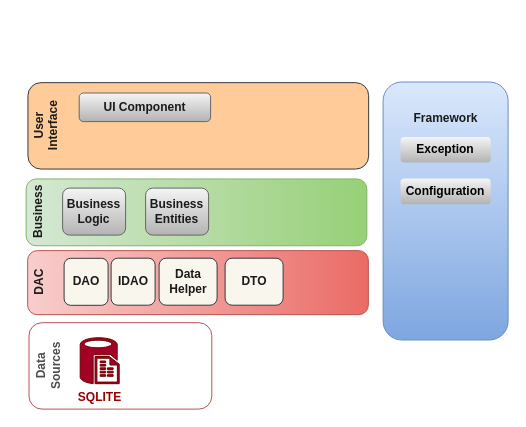
The draw.io diagram design/DArqui.dio in AlejandroTTD/Chapter-Connect-Library, before the edit. Source tidied: cells renumbered, new cells numbered last; positions are measured from the earlier drawing's top-left corner, leaving out a move shared by most shapes. Both pictures are drawn from the tidied source at 100%, with x=0, y=0 at pixel (62, -45).
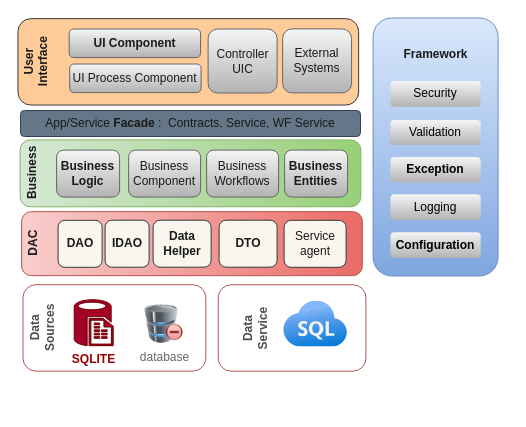
The same diagram, later.

Commit message:
creacion dos carpetas

The edit, as a diff of the source:
```diff
@@
-    <mxCell id="2" value="&lt;font color=&quot;#1a1a1a&quot;&gt;&lt;b&gt;DAC&lt;br&gt;&lt;br&gt;&lt;br&gt;&lt;br&gt;&lt;br&gt;&lt;br&gt;&lt;br&gt;&lt;br&gt;&lt;br&gt;&lt;br&gt;&lt;br&gt;&lt;br&gt;&lt;br&gt;&lt;br&gt;&lt;br&gt;&lt;br&gt;&lt;br&gt;&lt;br&gt;&lt;br&gt;&lt;br&gt;&lt;br&gt;&lt;br&gt;&lt;/b&gt;&lt;br&gt;&lt;/font&gt;" style="rounded=1;whiteSpace=wrap;html=1;fillColor=#f8cecc;strokeColor=#b85450;rotation=-90;gradientColor=#ea6b66;" parent="1" vertex="1">
-      <mxGeometry x="103.5" y="156.8" width="64" height="340.7" as="geometry" />
-    </mxCell>
+    <mxCell id="16" value="&lt;font color=&quot;#1a1a1a&quot;&gt;&lt;b&gt;DAC&lt;br&gt;&lt;br&gt;&lt;br&gt;&lt;br&gt;&lt;br&gt;&lt;br&gt;&lt;br&gt;&lt;br&gt;&lt;br&gt;&lt;br&gt;&lt;br&gt;&lt;br&gt;&lt;br&gt;&lt;br&gt;&lt;br&gt;&lt;br&gt;&lt;br&gt;&lt;br&gt;&lt;br&gt;&lt;br&gt;&lt;br&gt;&lt;br&gt;&lt;/b&gt;&lt;br&gt;&lt;/font&gt;" style="rounded=1;whiteSpace=wrap;html=1;fillColor=#f8cecc;strokeColor=#b85450;rotation=-90;gradientColor=#ea6b66;" parent="1" vertex="1">
+      <mxGeometry x="97.5" y="117.8" width="64" height="340.7" as="geometry" />
+    </mxCell>
     <mxCell id="3" value="&lt;font color=&quot;#1a1a1a&quot;&gt;&lt;b&gt;DAO&lt;/b&gt;&lt;br&gt;&lt;/font&gt;" style="rounded=1;whiteSpace=wrap;html=1;fillColor=#f9f7ed;strokeColor=#36393d;" parent="1" vertex="1">
-      <mxGeometry x="1.6" y="302.8" width="44" height="47" as="geometry" />
+      <mxGeometry x="-4.4" y="264.8" width="44" height="47" as="geometry" />
     </mxCell>
     <mxCell id="4" value="&lt;font color=&quot;#1a1a1a&quot;&gt;&lt;b&gt;Data Helper&lt;/b&gt;&lt;br&gt;&lt;/font&gt;" style="rounded=1;whiteSpace=wrap;html=1;fillColor=#f9f7ed;strokeColor=#36393d;" parent="1" vertex="1">
-      <mxGeometry x="96.6" y="302.7" width="58" height="47" as="geometry" />
+      <mxGeometry x="90.6" y="264.7" width="58" height="47" as="geometry" />
     </mxCell>
+    <mxCell id="17" value="&lt;font color=&quot;#1a1a1a&quot;&gt;Service agent&lt;br&gt;&lt;/font&gt;" style="rounded=1;whiteSpace=wrap;html=1;fillColor=#f9f7ed;strokeColor=#36393d;" parent="1" vertex="1">
+      <mxGeometry x="221.6" y="264.8" width="62" height="47" as="geometry" />
+    </mxCell>
     <mxCell id="5" value="&lt;font color=&quot;#1a1a1a&quot;&gt;&lt;b&gt;Framework&lt;/b&gt;&lt;br&gt;&lt;br&gt;&lt;br&gt;&lt;br&gt;&lt;br&gt;&lt;br&gt;&lt;br&gt;&lt;br&gt;&lt;br&gt;&lt;br&gt;&lt;br&gt;&lt;br&gt;&lt;br&gt;&lt;br&gt;&lt;/font&gt;" style="rounded=1;whiteSpace=wrap;html=1;fillColor=#dae8fc;strokeColor=#6c8ebf;gradientColor=#7ea6e0;" parent="1" vertex="1">
-      <mxGeometry x="320.6" y="126.5" width="125" height="258" as="geometry" />
+      <mxGeometry x="310.6" y="62.5" width="125" height="258" as="geometry" />
     </mxCell>
+    <mxCell id="18" value="&lt;span style=&quot;&quot;&gt;&lt;font color=&quot;#000000&quot;&gt;Validation&lt;/font&gt;&lt;/span&gt;" style="rounded=1;whiteSpace=wrap;html=1;fillColor=#f5f5f5;strokeColor=none;gradientColor=#b3b3b3;" parent="1" vertex="1">
+      <mxGeometry x="328" y="164.5" width="90.2" height="25.1" as="geometry" />
+    </mxCell>
+    <mxCell id="19" value="&lt;span style=&quot;&quot;&gt;&lt;font color=&quot;#000000&quot;&gt;Security&lt;/font&gt;&lt;/span&gt;" style="rounded=1;whiteSpace=wrap;html=1;fillColor=#f5f5f5;strokeColor=none;gradientColor=#b3b3b3;" parent="1" vertex="1">
+      <mxGeometry x="328" y="125.5" width="90.2" height="25.7" as="geometry" />
+    </mxCell>
+    <mxCell id="20" value="&lt;span style=&quot;&quot;&gt;&lt;font color=&quot;#000000&quot;&gt;Logging&lt;/font&gt;&lt;/span&gt;" style="rounded=1;whiteSpace=wrap;html=1;fillColor=#f5f5f5;strokeColor=none;gradientColor=#b3b3b3;" parent="1" vertex="1">
+      <mxGeometry x="328" y="238.8" width="90.2" height="26" as="geometry" />
+    </mxCell>
     <mxCell id="6" value="&lt;span style=&quot;&quot;&gt;&lt;font color=&quot;#000000&quot;&gt;&lt;b&gt;Exception&lt;/b&gt;&lt;/font&gt;&lt;/span&gt;" style="rounded=1;whiteSpace=wrap;html=1;fillColor=#f5f5f5;strokeColor=none;gradientColor=#b3b3b3;" parent="1" vertex="1">
-      <mxGeometry x="338" y="181.5" width="90.2" height="25.6" as="geometry" />
+      <mxGeometry x="328" y="201.5" width="90.2" height="25.6" as="geometry" />
     </mxCell>
     <mxCell id="7" value="&lt;div style=&quot;&quot;&gt;&lt;font color=&quot;#000000&quot;&gt;&lt;b&gt;Configuration&lt;/b&gt;&lt;/font&gt;&lt;/div&gt;" style="rounded=1;whiteSpace=wrap;html=1;fillColor=#f5f5f5;strokeColor=none;gradientColor=#b3b3b3;" parent="1" vertex="1">
-      <mxGeometry x="338" y="223" width="90.2" height="25.8" as="geometry" />
+      <mxGeometry x="328" y="276.7" width="90.2" height="25.8" as="geometry" />
     </mxCell>
     <mxCell id="8" value="&lt;font color=&quot;#1a1a1a&quot;&gt;&lt;b&gt;Business&lt;br&gt;&lt;br&gt;&lt;br&gt;&lt;br&gt;&lt;br&gt;&lt;br&gt;&lt;br&gt;&lt;br&gt;&lt;br&gt;&lt;br&gt;&lt;br&gt;&lt;br&gt;&lt;br&gt;&lt;br&gt;&lt;br&gt;&lt;br&gt;&lt;br&gt;&lt;br&gt;&lt;br&gt;&lt;br&gt;&lt;br&gt;&lt;br&gt;&lt;/b&gt;&lt;br&gt;&lt;/font&gt;" style="rounded=1;whiteSpace=wrap;html=1;fillColor=#d5e8d4;strokeColor=#82b366;rotation=-90;gradientColor=#97d077;" parent="1" vertex="1">
-      <mxGeometry x="100.6" y="86.5" width="66.8" height="340.7" as="geometry" />
+      <mxGeometry x="94.6" y="47.5" width="66.8" height="340.7" as="geometry" />
     </mxCell>
     <mxCell id="9" value="&lt;span style=&quot;color: rgb(26, 26, 26);&quot;&gt;&lt;b&gt;Business Logic&lt;/b&gt;&lt;/span&gt;" style="rounded=1;whiteSpace=wrap;html=1;fillColor=#f5f5f5;strokeColor=#666666;gradientColor=#b3b3b3;" parent="1" vertex="1">
-      <mxGeometry x="0.1" y="232.6" width="63" height="47" as="geometry" />
+      <mxGeometry x="-5.9" y="194.6" width="63" height="47" as="geometry" />
     </mxCell>
     <mxCell id="10" value="&lt;font color=&quot;#1a1a1a&quot;&gt;&lt;b&gt;Business Entities&lt;/b&gt;&lt;/font&gt;" style="rounded=1;whiteSpace=wrap;html=1;fillColor=#f5f5f5;strokeColor=#666666;gradientColor=#b3b3b3;" parent="1" vertex="1">
-      <mxGeometry x="83.1" y="232.6" width="63" height="47" as="geometry" />
+      <mxGeometry x="222.1" y="194.6" width="63" height="47" as="geometry" />
     </mxCell>
+    <mxCell id="21" value="&lt;font color=&quot;#1a1a1a&quot;&gt;Business Component&lt;/font&gt;" style="rounded=1;whiteSpace=wrap;html=1;fillColor=#f5f5f5;strokeColor=#666666;gradientColor=#b3b3b3;" parent="1" vertex="1">
+      <mxGeometry x="66.1" y="194.6" width="72" height="47" as="geometry" />
+    </mxCell>
+    <mxCell id="22" value="&lt;font color=&quot;#1a1a1a&quot;&gt;Business Workflows&lt;/font&gt;" style="rounded=1;whiteSpace=wrap;html=1;fillColor=#f5f5f5;strokeColor=#666666;gradientColor=#b3b3b3;" parent="1" vertex="1">
+      <mxGeometry x="144.1" y="194.6" width="72" height="47" as="geometry" />
+    </mxCell>
+    <mxCell id="23" value="&lt;font color=&quot;#1a1a1a&quot;&gt;App/Service &lt;b&gt;Facade &lt;/b&gt;:&amp;nbsp; Contracts, Service, WF Service&lt;/font&gt;" style="rounded=1;whiteSpace=wrap;html=1;fillColor=#647687;strokeColor=#314354;fontColor=#ffffff;" parent="1" vertex="1">
+      <mxGeometry x="-42" y="155" width="340" height="26" as="geometry" />
+    </mxCell>
     <mxCell id="11" value="&lt;b style=&quot;&quot;&gt;&lt;font color=&quot;#4d4d4d&quot;&gt;Data&lt;br&gt;Sources&lt;br&gt;&lt;br&gt;&lt;br&gt;&lt;br&gt;&lt;br&gt;&lt;br&gt;&lt;br&gt;&lt;br&gt;&lt;br&gt;&lt;br&gt;&lt;/font&gt;&lt;br&gt;&lt;/b&gt;" style="rounded=1;whiteSpace=wrap;html=1;fillColor=none;strokeColor=#b85450;rotation=-90;gradientColor=#ea6b66;" parent="1" vertex="1">
-      <mxGeometry x="14.7" y="319" width="86.4" height="182.8" as="geometry" />
+      <mxGeometry x="8.7" y="281" width="86.4" height="182.8" as="geometry" />
     </mxCell>
+    <mxCell id="24" value="&lt;b style=&quot;&quot;&gt;&lt;font color=&quot;#4d4d4d&quot;&gt;Data&lt;br&gt;Service&lt;br&gt;&lt;br&gt;&lt;br&gt;&lt;br&gt;&lt;br&gt;&lt;/font&gt;&lt;br&gt;&lt;/b&gt;" style="rounded=1;whiteSpace=wrap;html=1;fillColor=none;strokeColor=#b85450;rotation=-90;gradientColor=#ea6b66;" parent="1" vertex="1">
+      <mxGeometry x="186.4" y="298.6" width="86.4" height="147.7" as="geometry" />
+    </mxCell>
     <mxCell id="12" value="&lt;font color=&quot;#1a1a1a&quot;&gt;&lt;b&gt;User&lt;br&gt;Interface&lt;br&gt;&lt;br&gt;&lt;br&gt;&lt;br&gt;&lt;br&gt;&lt;br&gt;&lt;br&gt;&lt;br&gt;&lt;br&gt;&lt;br&gt;&lt;br&gt;&lt;br&gt;&lt;br&gt;&lt;br&gt;&lt;br&gt;&lt;br&gt;&lt;br&gt;&lt;br&gt;&lt;br&gt;&lt;br&gt;&lt;br&gt;&lt;/b&gt;&lt;br&gt;&lt;/font&gt;" style="rounded=1;whiteSpace=wrap;html=1;fillColor=#ffcc99;strokeColor=#36393d;rotation=-90;" parent="1" vertex="1">
-      <mxGeometry x="92.6" width="86.4" height="340.7" as="geometry" />
+      <mxGeometry x="82.6" y="-64" width="86.4" height="340.7" as="geometry" />
     </mxCell>
+    <mxCell id="25" value="&lt;span style=&quot;color: rgb(26, 26, 26);&quot;&gt;UI Process Component&lt;/span&gt;" style="rounded=1;whiteSpace=wrap;html=1;fillColor=#f5f5f5;strokeColor=#666666;gradientColor=#b3b3b3;" parent="1" vertex="1">
+      <mxGeometry x="7.2" y="108.5" width="131.4" height="28.6" as="geometry" />
+    </mxCell>
     <mxCell id="13" value="&lt;span style=&quot;color: rgb(26, 26, 26);&quot;&gt;&lt;b&gt;UI Component&lt;/b&gt;&lt;/span&gt;" style="rounded=1;whiteSpace=wrap;html=1;fillColor=#f5f5f5;strokeColor=#666666;gradientColor=#b3b3b3;" parent="1" vertex="1">
-      <mxGeometry x="16.7" y="137.5" width="131.4" height="28.6" as="geometry" />
+      <mxGeometry x="6.7" y="73.5" width="131.4" height="28.6" as="geometry" />
     </mxCell>
+    <mxCell id="26" value="&lt;span style=&quot;color: rgb(26, 26, 26);&quot;&gt;Controller&lt;br&gt;UIC&lt;br&gt;&lt;/span&gt;" style="rounded=1;whiteSpace=wrap;html=1;fillColor=#f5f5f5;strokeColor=#666666;gradientColor=#b3b3b3;" parent="1" vertex="1">
+      <mxGeometry x="145.6" y="73.5" width="69" height="64" as="geometry" />
+    </mxCell>
+    <mxCell id="27" value="&lt;span style=&quot;color: rgb(26, 26, 26);&quot;&gt;External&lt;br&gt;Systems&lt;br&gt;&lt;/span&gt;" style="rounded=1;whiteSpace=wrap;html=1;fillColor=#f5f5f5;strokeColor=#666666;gradientColor=#b3b3b3;" parent="1" vertex="1">
+      <mxGeometry x="220.1" y="73.4" width="69" height="64" as="geometry" />
+    </mxCell>
     <mxCell id="14" value="&lt;b&gt;&lt;font color=&quot;#990000&quot;&gt;SQLITE&lt;/font&gt;&lt;/b&gt;" style="verticalLabelPosition=bottom;html=1;verticalAlign=top;align=center;strokeColor=#6F0000;fillColor=#a20025;shape=mxgraph.azure.sql_reporting;fontColor=#ffffff;" parent="1" vertex="1">
-      <mxGeometry x="17.7" y="382.2" width="39" height="46" as="geometry" />
+      <mxGeometry x="11.7" y="344.2" width="39" height="46" as="geometry" />
     </mxCell>
+    <mxCell id="28" value="&lt;font color=&quot;#666666&quot;&gt;database&lt;/font&gt;" style="image;html=1;image=img/lib/clip_art/computers/Database_Minus_128x128.png;strokeColor=default;fontColor=#FFFFFF;fillColor=none;" parent="1" vertex="1">
+      <mxGeometry x="82.6" y="348.9" width="38" height="39.3" as="geometry" />
+    </mxCell>
+    <mxCell id="29" style="html=1;align=center;image;fontSize=12;image=img/lib/azure2/databases/Azure_SQL.svg;strokeColor=default;fontColor=#FFFFFF;fillColor=none;" parent="1" vertex="1">
+      <mxGeometry x="221.1" y="345.6" width="64" height="46" as="geometry" />
+    </mxCell>
     <mxCell id="15" value="&lt;font color=&quot;#1a1a1a&quot;&gt;&lt;b&gt;DTO&lt;/b&gt;&lt;br&gt;&lt;/font&gt;" style="rounded=1;whiteSpace=wrap;html=1;fillColor=#f9f7ed;strokeColor=#36393d;" parent="1" vertex="1">
-      <mxGeometry x="162.6" y="302.7" width="58" height="47" as="geometry" />
+      <mxGeometry x="156.6" y="264.7" width="58" height="47" as="geometry" />
     </mxCell>
-    <mxCell id="16" value="&lt;font color=&quot;#1a1a1a&quot;&gt;&lt;b&gt;IDAO&lt;/b&gt;&lt;br&gt;&lt;/font&gt;" style="rounded=1;whiteSpace=wrap;html=1;fillColor=#f9f7ed;strokeColor=#36393d;" parent="1" vertex="1">
-      <mxGeometry x="48.6" y="302.7" width="44" height="47" as="geometry" />
-    </mxCell>
+    <mxCell id="30" value="&lt;font color=&quot;#1a1a1a&quot;&gt;&lt;b&gt;IDAO&lt;/b&gt;&lt;br&gt;&lt;/font&gt;" style="rounded=1;whiteSpace=wrap;html=1;fillColor=#f9f7ed;strokeColor=#36393d;" parent="1" vertex="1">
+      <mxGeometry x="42.6" y="264.7" width="44" height="47" as="geometry" />
+    </mxCell>
```
